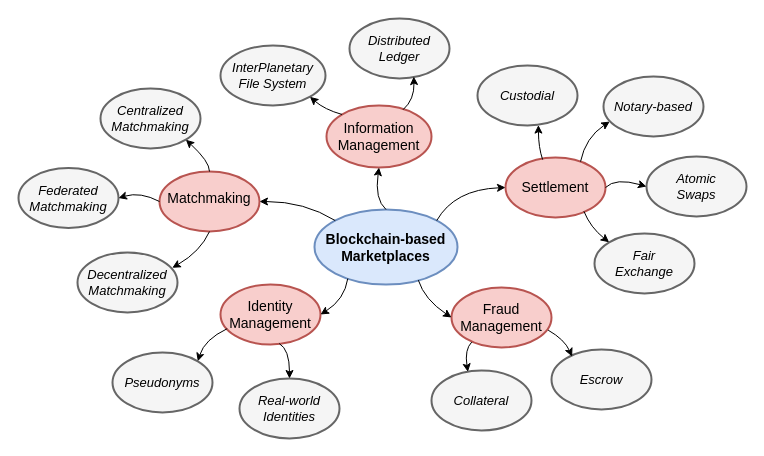
Earlier version of the draw.io diagram introduction/assets/decomposition.drawio (devos50/phd-thesis). Source tidied: cells renumbered, new cells numbered last; positions are measured from the earlier drawing's top-left corner, leaving out a move shared by most shapes. Both pictures are drawn from the tidied source at 100%, with x=0, y=0 at pixel (18, 18).
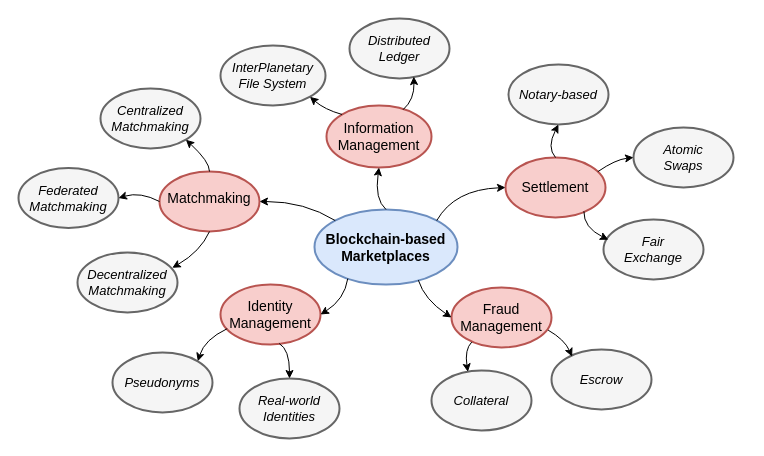
After the change.

Unchanged cells that the change refers to:
```xml
<mxCell id="5" value="Settlement" style="ellipse;whiteSpace=wrap;html=1;strokeWidth=2;fontStyle=0;fillColor=#f8cecc;strokeColor=#b85450;fontSize=14;" parent="1" vertex="1">
  <mxGeometry x="487" y="139" width="100" height="60" as="geometry" />
</mxCell>
```

What changed in the source:
```diff
@@
     <mxCell id="10" value="Atomic&lt;br style=&quot;font-size: 13px;&quot;&gt;Swaps" style="ellipse;whiteSpace=wrap;html=1;strokeWidth=2;fontStyle=2;fillColor=#f5f5f5;strokeColor=#666666;fontColor=#000000;fontSize=13;" parent="1" vertex="1">
-      <mxGeometry x="628" y="138" width="100" height="60" as="geometry" />
+      <mxGeometry x="615" y="109" width="100" height="60" as="geometry" />
     </mxCell>
     <mxCell id="11" value="Fair&lt;br style=&quot;font-size: 13px;&quot;&gt;Exchange" style="ellipse;whiteSpace=wrap;html=1;strokeWidth=2;fontStyle=2;fillColor=#f5f5f5;strokeColor=#666666;fontColor=#000000;fontSize=13;" parent="1" vertex="1">
-      <mxGeometry x="576" y="215" width="100" height="60" as="geometry" />
+      <mxGeometry x="585" y="201" width="100" height="60" as="geometry" />
     </mxCell>
-    <mxCell id="12" value="Custodial" style="ellipse;whiteSpace=wrap;html=1;strokeWidth=2;fontStyle=2;fillColor=#f5f5f5;strokeColor=#666666;fontColor=#000000;fontSize=13;" parent="1" vertex="1">
-      <mxGeometry x="459" y="47" width="100" height="60" as="geometry" />
+    <mxCell id="12" value="Notary-based" style="ellipse;whiteSpace=wrap;html=1;strokeWidth=2;fontStyle=2;fillColor=#f5f5f5;strokeColor=#666666;fontColor=#000000;fontSize=13;" parent="1" vertex="1">
+      <mxGeometry x="490" y="46" width="100" height="60" as="geometry" />
     </mxCell>
-    <mxCell id="13" value="Notary-based" style="ellipse;whiteSpace=wrap;html=1;strokeWidth=2;fontStyle=2;fillColor=#f5f5f5;strokeColor=#666666;fontColor=#000000;fontSize=13;" parent="1" vertex="1">
-      <mxGeometry x="585" y="58" width="100" height="60" as="geometry" />
-    </mxCell>
@@
-    <mxCell id="18" style="endArrow=classic;html=1;strokeWidth=1;fontSize=13;exitX=0.371;exitY=0.034;exitDx=0;exitDy=0;entryX=0.609;entryY=0.993;entryDx=0;entryDy=0;curved=1;exitPerimeter=0;entryPerimeter=0;" parent="1" edge="1" source="5" target="12">
+    <mxCell id="18" style="endArrow=classic;html=1;strokeWidth=1;fontSize=13;exitX=0.5;exitY=0;exitDx=0;exitDy=0;entryX=0.5;entryY=1;entryDx=0;entryDy=0;curved=1;" parent="1" edge="1" source="5" target="12">
       <mxGeometry relative="1" as="geometry">
         <Array as="points">
-          <mxPoint x="520" y="129" />
+          <mxPoint x="528" y="129" />
         </Array>
       </mxGeometry>
     </mxCell>
-    <mxCell id="19" style="endArrow=classic;html=1;strokeWidth=1;fontSize=13;exitX=0.75;exitY=0.069;exitDx=0;exitDy=0;entryX=0.062;entryY=0.751;entryDx=0;entryDy=0;curved=1;exitPerimeter=0;entryPerimeter=0;" parent="1" edge="1" source="5" target="13">
-      <mxGeometry relative="1" as="geometry">
-        <Array as="points">
-          <mxPoint x="567" y="119" />
-        </Array>
-      </mxGeometry>
-    </mxCell>
-    <mxCell id="20" style="endArrow=classic;html=1;strokeWidth=1;fontSize=13;entryX=0;entryY=0.5;entryDx=0;entryDy=0;exitX=1;exitY=0.5;exitDx=0;exitDy=0;curved=1;" parent="1" edge="1" source="5" target="10">
+    <mxCell id="20" style="endArrow=classic;html=1;strokeWidth=1;fontSize=13;entryX=0;entryY=0.5;entryDx=0;entryDy=0;exitX=0.923;exitY=0.236;exitDx=0;exitDy=0;curved=1;exitPerimeter=0;" parent="1" edge="1" source="5" target="10">
       <mxGeometry relative="1" as="geometry">
         <Array as="points">
-          <mxPoint x="597" y="159" />
+          <mxPoint x="597" y="141" />
         </Array>
       </mxGeometry>
     </mxCell>
-    <mxCell id="21" style="endArrow=classic;html=1;strokeWidth=1;fontSize=13;exitX=0.784;exitY=0.897;exitDx=0;exitDy=0;entryX=0;entryY=0;entryDx=0;entryDy=0;curved=1;exitPerimeter=0;" parent="1" edge="1" source="5" target="11">
+    <mxCell id="21" style="endArrow=classic;html=1;strokeWidth=1;fontSize=13;exitX=0.784;exitY=0.897;exitDx=0;exitDy=0;entryX=0.049;entryY=0.337;entryDx=0;entryDy=0;curved=1;exitPerimeter=0;entryPerimeter=0;" parent="1" edge="1" source="5" target="11">
       <mxGeometry relative="1" as="geometry">
         <Array as="points">
-          <mxPoint x="572" y="209" />
+          <mxPoint x="565" y="209" />
         </Array>
       </mxGeometry>
     </mxCell>
```
